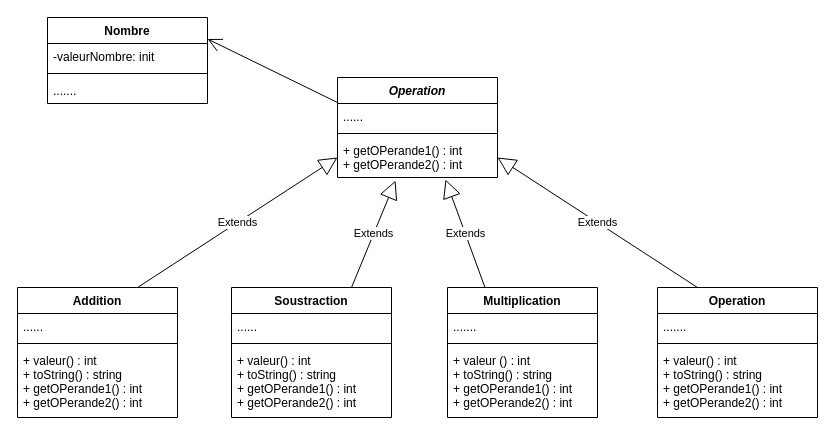
Earlier version of the draw.io diagram src/.drawio.xml (DariusAlex03/SAE_CALCULATRICE_JAVA). Source tidied: cells renumbered, new cells numbered last; positions are measured from the earlier drawing's top-left corner, leaving out a move shared by most shapes. Both pictures are drawn from the tidied source at 100%, with x=0, y=0 at pixel (17, 17).
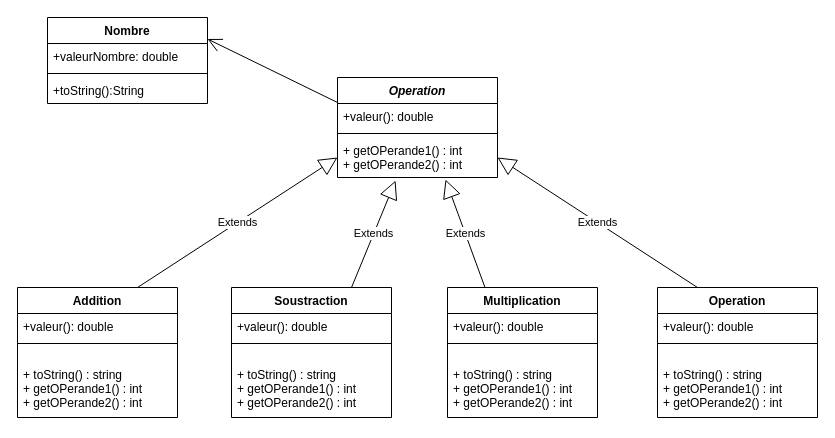
The same diagram, later.

Unchanged cells that the change refers to:
```xml
<mxCell id="2" value="Operation" style="swimlane;fontStyle=3;align=center;verticalAlign=top;horizontal=1;startSize=26;" parent="1" vertex="1">
  <mxGeometry x="320" y="60" width="160" height="100" as="geometry" />
</mxCell>
<mxCell id="6" value="Operation" style="swimlane;fontStyle=1;align=center;verticalAlign=top;horizontal=1;startSize=26;" parent="1" vertex="1">
  <mxGeometry x="640" y="270" width="160" height="130" as="geometry" />
</mxCell>
<mxCell id="10" value="Addition" style="swimlane;fontStyle=1;align=center;verticalAlign=top;horizontal=1;startSize=26;" parent="1" vertex="1">
  <mxGeometry y="270" width="160" height="130" as="geometry" />
</mxCell>
<mxCell id="14" value="Multiplication" style="swimlane;fontStyle=1;align=center;verticalAlign=top;horizontal=1;startSize=26;" parent="1" vertex="1">
  <mxGeometry x="430" y="270" width="150" height="130" as="geometry" />
</mxCell>
<mxCell id="18" value="Soustraction" style="swimlane;fontStyle=1;align=center;verticalAlign=top;horizontal=1;startSize=26;" parent="1" vertex="1">
  <mxGeometry x="214" y="270" width="160" height="130" as="geometry" />
</mxCell>
<mxCell id="26" value="Nombre" style="swimlane;fontStyle=1;align=center;verticalAlign=top;horizontal=1;startSize=26;" parent="1" vertex="1">
  <mxGeometry x="30" width="160" height="86" as="geometry" />
</mxCell>
```

The edit, as a diff of the source:
```diff
@@
-    <mxCell id="3" value="......" style="text;strokeColor=none;fillColor=none;align=left;verticalAlign=top;spacingLeft=4;spacingRight=4;overflow=hidden;" parent="2" vertex="1">
+    <mxCell id="3" value="+valeur(): double" style="text;strokeColor=none;fillColor=none;align=left;verticalAlign=top;spacingLeft=4;spacingRight=4;overflow=hidden;" parent="2" vertex="1">
       <mxGeometry y="26" width="160" height="26" as="geometry" />
     </mxCell>
@@
-    <mxCell id="7" value="......." style="text;strokeColor=none;fillColor=none;align=left;verticalAlign=top;spacingLeft=4;spacingRight=4;overflow=hidden;" parent="6" vertex="1">
+    <mxCell id="7" value="+valeur(): double" style="text;strokeColor=none;fillColor=none;align=left;verticalAlign=top;spacingLeft=4;spacingRight=4;overflow=hidden;" parent="6" vertex="1">
       <mxGeometry y="26" width="160" height="26" as="geometry" />
     </mxCell>
@@
-    <mxCell id="9" value="+ valeur() : int&#10;+ toString() : string&#10;+ getOPerande1() : int&#10;+ getOPerande2() : int" style="text;strokeColor=none;fillColor=none;align=left;verticalAlign=top;spacingLeft=4;spacingRight=4;overflow=hidden;" parent="6" vertex="1">
+    <mxCell id="9" value="&#10;+ toString() : string&#10;+ getOPerande1() : int&#10;+ getOPerande2() : int" style="text;strokeColor=none;fillColor=none;align=left;verticalAlign=top;spacingLeft=4;spacingRight=4;overflow=hidden;" parent="6" vertex="1">
       <mxGeometry y="60" width="160" height="70" as="geometry" />
     </mxCell>
@@
-    <mxCell id="11" value="......" style="text;strokeColor=none;fillColor=none;align=left;verticalAlign=top;spacingLeft=4;spacingRight=4;overflow=hidden;" parent="10" vertex="1">
+    <mxCell id="11" value="+valeur(): double" style="text;strokeColor=none;fillColor=none;align=left;verticalAlign=top;spacingLeft=4;spacingRight=4;overflow=hidden;" parent="10" vertex="1">
       <mxGeometry y="26" width="160" height="26" as="geometry" />
     </mxCell>
@@
-    <mxCell id="13" value="+ valeur() : int&#10;+ toString() : string&#10;+ getOPerande1() : int&#10;+ getOPerande2() : int&#10;" style="text;strokeColor=none;fillColor=none;align=left;verticalAlign=top;spacingLeft=4;spacingRight=4;overflow=hidden;" parent="10" vertex="1">
+    <mxCell id="13" value="&#10;+ toString() : string&#10;+ getOPerande1() : int&#10;+ getOPerande2() : int&#10;" style="text;strokeColor=none;fillColor=none;align=left;verticalAlign=top;spacingLeft=4;spacingRight=4;overflow=hidden;" parent="10" vertex="1">
       <mxGeometry y="60" width="160" height="70" as="geometry" />
     </mxCell>
@@
-    <mxCell id="15" value="......." style="text;strokeColor=none;fillColor=none;align=left;verticalAlign=top;spacingLeft=4;spacingRight=4;overflow=hidden;" parent="14" vertex="1">
+    <mxCell id="15" value="+valeur(): double" style="text;strokeColor=none;fillColor=none;align=left;verticalAlign=top;spacingLeft=4;spacingRight=4;overflow=hidden;" parent="14" vertex="1">
       <mxGeometry y="26" width="150" height="26" as="geometry" />
     </mxCell>
@@
-    <mxCell id="17" value="+ valeur () : int&#10;+ toString() : string&#10;+ getOPerande1() : int&#10;+ getOPerande2() : int" style="text;strokeColor=none;fillColor=none;align=left;verticalAlign=top;spacingLeft=4;spacingRight=4;overflow=hidden;" parent="14" vertex="1">
+    <mxCell id="17" value="&#10;+ toString() : string&#10;+ getOPerande1() : int&#10;+ getOPerande2() : int" style="text;strokeColor=none;fillColor=none;align=left;verticalAlign=top;spacingLeft=4;spacingRight=4;overflow=hidden;" parent="14" vertex="1">
       <mxGeometry y="60" width="150" height="70" as="geometry" />
     </mxCell>
@@
-    <mxCell id="19" value="......" style="text;strokeColor=none;fillColor=none;align=left;verticalAlign=top;spacingLeft=4;spacingRight=4;overflow=hidden;" parent="18" vertex="1">
+    <mxCell id="19" value="+valeur(): double" style="text;strokeColor=none;fillColor=none;align=left;verticalAlign=top;spacingLeft=4;spacingRight=4;overflow=hidden;" parent="18" vertex="1">
       <mxGeometry y="26" width="160" height="26" as="geometry" />
     </mxCell>
@@
-    <mxCell id="21" value="+ valeur() : int&#10;+ toString() : string&#10;+ getOPerande1() : int&#10;+ getOPerande2() : int" style="text;strokeColor=none;fillColor=none;align=left;verticalAlign=top;spacingLeft=4;spacingRight=4;overflow=hidden;" parent="18" vertex="1">
+    <mxCell id="21" value="&#10;+ toString() : string&#10;+ getOPerande1() : int&#10;+ getOPerande2() : int" style="text;strokeColor=none;fillColor=none;align=left;verticalAlign=top;spacingLeft=4;spacingRight=4;overflow=hidden;" parent="18" vertex="1">
       <mxGeometry y="60" width="160" height="70" as="geometry" />
     </mxCell>
@@
-    <mxCell id="27" value="-valeurNombre: init" style="text;strokeColor=none;fillColor=none;align=left;verticalAlign=top;spacingLeft=4;spacingRight=4;overflow=hidden;" parent="26" vertex="1">
+    <mxCell id="27" value="+valeurNombre: double" style="text;strokeColor=none;fillColor=none;align=left;verticalAlign=top;spacingLeft=4;spacingRight=4;overflow=hidden;" parent="26" vertex="1">
       <mxGeometry y="26" width="160" height="26" as="geometry" />
     </mxCell>
@@
-    <mxCell id="29" value="......." style="text;strokeColor=none;fillColor=none;align=left;verticalAlign=top;spacingLeft=4;spacingRight=4;overflow=hidden;" parent="26" vertex="1">
+    <mxCell id="29" value="+toString():String" style="text;strokeColor=none;fillColor=none;align=left;verticalAlign=top;spacingLeft=4;spacingRight=4;overflow=hidden;" parent="26" vertex="1">
       <mxGeometry y="60" width="160" height="26" as="geometry" />
     </mxCell>
```
